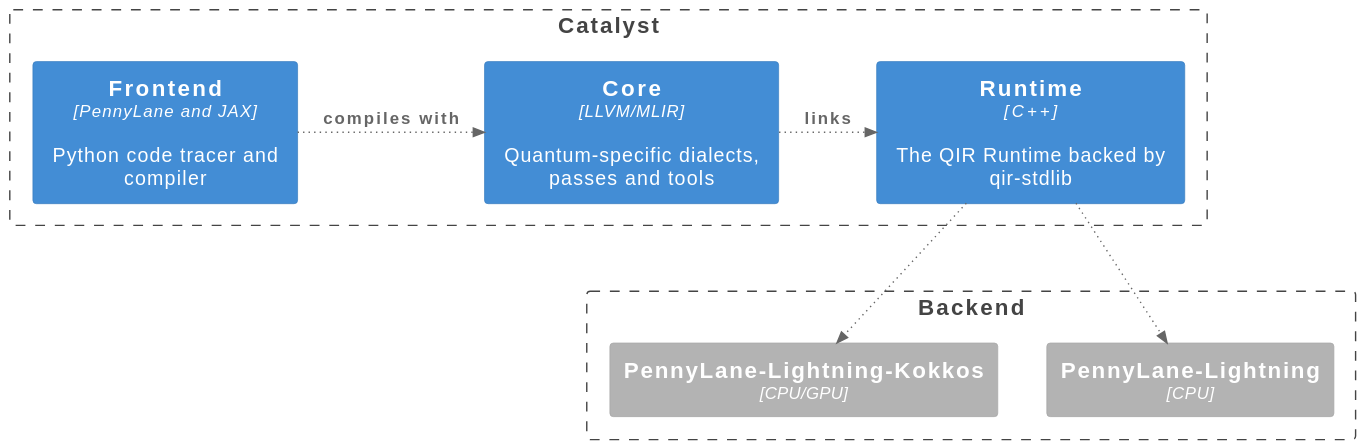
Before: doc/_static/arch/overview.svg, a diagram exported from PlantUML (PennyLaneAI/catalyst).
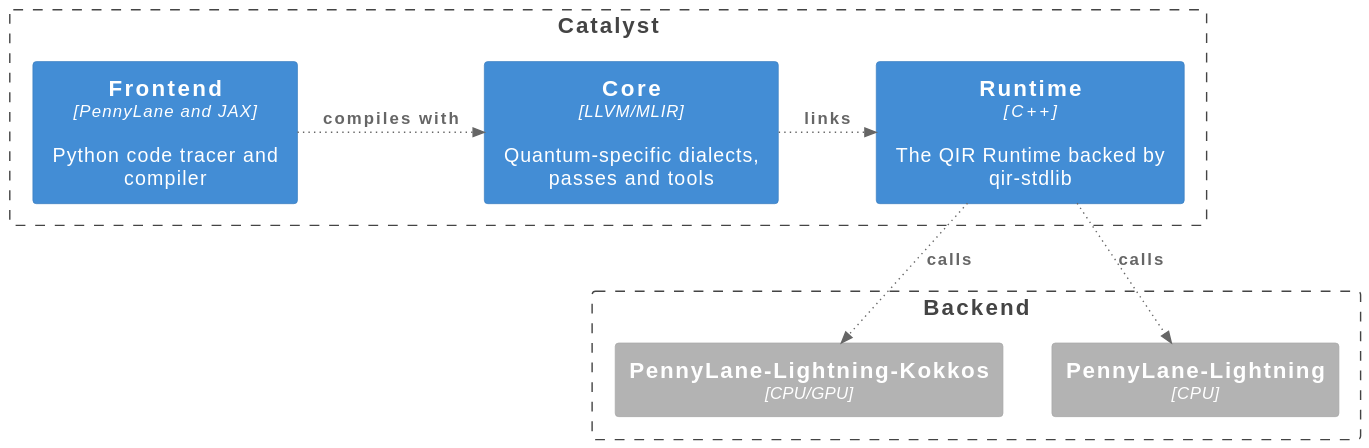
Later version of the same file.

The edit, as a diff of the source:
```diff
@@ -4,7 +4,6 @@
 !include common.iuml
 
 HIDE_STEREOTYPE()
-
 
 Boundary(c1, "Catalyst", $link="https://github.com/plantuml-stdlib/C4-PlantUML") {
 
@@ -22,13 +21,12 @@
 
 }
 
-
 Rel_R(_tracer_, _qopt_, "compiles with", "", $tags="action")
 
 Rel_R(_qopt_, _catalyst_runtime_, "links", "", $tags="action")
 
-Rel(_catalyst_runtime_, _pl_lightning_kokkos_, " ", "", $tags="action")
+Rel(_catalyst_runtime_, _pl_lightning_kokkos_, "calls", "", $tags="action")
 
-Rel(_catalyst_runtime_, _pl_lightning_, " ", "", $tags="action")
+Rel(_catalyst_runtime_, _pl_lightning_, "calls", "", $tags="action")
 
 @enduml
```
